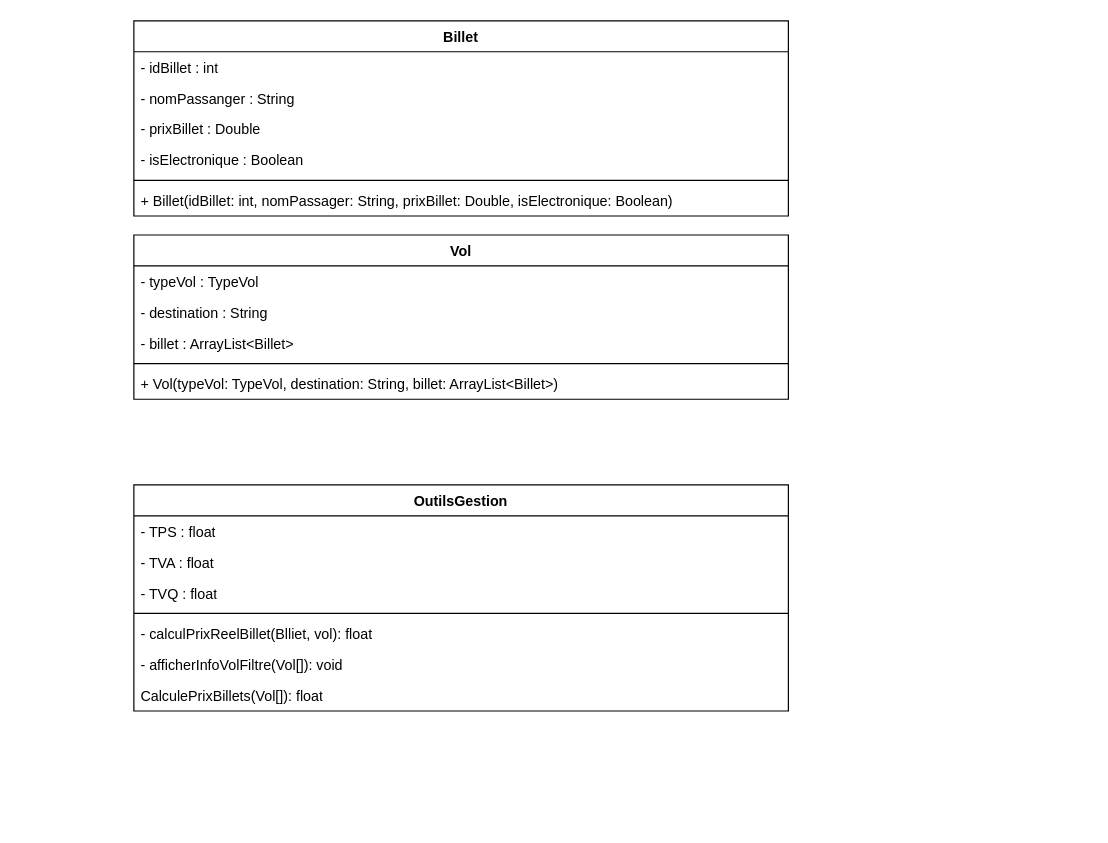
Above: ExoAvion.drawio in Milleboy2007/Cour_Prog (draw.io), before the change. Source tidied: cells renumbered, new cells numbered last; positions are measured from the earlier drawing's top-left corner, leaving out a move shared by most shapes. Both pictures are drawn from the tidied source at 119%, with x=0, y=0 at pixel (133, 20).
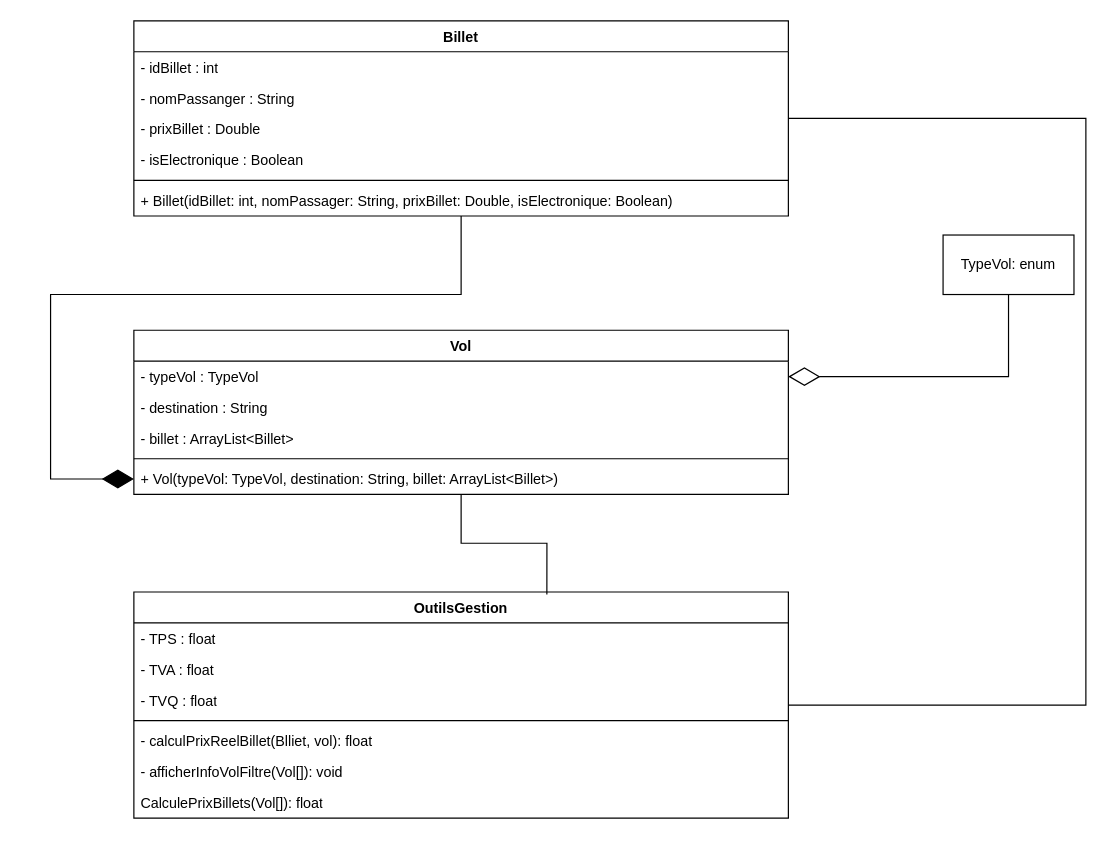
Above is the later version.

Commit message:
Mettre à jour ExoAvion.drawio (rajout ligne)

Unchanged cells that the change refers to:
```xml
<mxCell id="2" value="Billet" style="swimlane;fontStyle=1;align=center;verticalAlign=top;horizontal=1;startSize=26;whiteSpace=wrap;html=1;" parent="1" vertex="1">
  <mxGeometry width="550" height="164" as="geometry" />
</mxCell>
<mxCell id="10" value="- typeVol : TypeVol" style="text;strokeColor=none;fillColor=none;align=left;verticalAlign=top;spacingLeft=4;spacingRight=4;overflow=hidden;points=[[0,0.5],[1,0.5]];portConstraint=eastwest;whiteSpace=wrap;html=1;" parent="9" vertex="1">
  <mxGeometry y="26" width="550" height="26" as="geometry" />
</mxCell>
<mxCell id="14" value="+ Vol(typeVol: TypeVol, destination: String, billet: ArrayList&amp;lt;Billet&amp;gt;)" style="text;strokeColor=none;fillColor=none;align=left;verticalAlign=top;spacingLeft=4;spacingRight=4;overflow=hidden;points=[[0,0.5],[1,0.5]];portConstraint=eastwest;whiteSpace=wrap;html=1;" parent="9" vertex="1">
  <mxGeometry y="112" width="550" height="26" as="geometry" />
</mxCell>
```

Change to the diagram source:
```diff
@@
     <mxCell id="9" value="Vol" style="swimlane;fontStyle=1;align=center;verticalAlign=top;horizontal=1;startSize=26;whiteSpace=wrap;html=1;" parent="1" vertex="1">
-      <mxGeometry y="180" width="550" height="138" as="geometry" />
+      <mxGeometry y="260" width="550" height="138" as="geometry" />
     </mxCell>
@@
     <mxCell id="15" value="OutilsGestion" style="swimlane;fontStyle=1;align=center;verticalAlign=top;horizontal=1;startSize=26;whiteSpace=wrap;html=1;" parent="1" vertex="1">
-      <mxGeometry y="390" width="550" height="190" as="geometry" />
+      <mxGeometry y="480" width="550" height="190" as="geometry" />
     </mxCell>
@@
+    <mxCell id="23" style="endArrow=diamondThin;endFill=1;endSize=24;html=1;rounded=0;entryX=0;entryY=0.5;entryDx=0;entryDy=0;" parent="1" edge="1" source="2" target="14">
+      <mxGeometry relative="1" as="geometry">
+        <Array as="points">
+          <mxPoint x="275" y="230" />
+          <mxPoint x="-70" y="230" />
+          <mxPoint x="-70" y="385" />
+        </Array>
+      </mxGeometry>
+    </mxCell>
+    <mxCell id="24" value="TypeVol: enum" style="html=1;whiteSpace=wrap;" parent="1" vertex="1">
+      <mxGeometry x="680" y="180" width="110" height="50" as="geometry" />
+    </mxCell>
+    <mxCell id="25" style="endArrow=diamondThin;endFill=0;endSize=24;html=1;rounded=0;entryX=1;entryY=0.5;entryDx=0;entryDy=0;" parent="1" edge="1" source="24" target="10">
+      <mxGeometry relative="1" as="geometry">
+        <Array as="points">
+          <mxPoint x="735" y="299" />
+        </Array>
+      </mxGeometry>
+    </mxCell>
+    <mxCell id="26" style="endArrow=none;html=1;edgeStyle=orthogonalEdgeStyle;rounded=0;exitX=0.631;exitY=0.011;exitDx=0;exitDy=0;exitPerimeter=0;" parent="1" edge="1" source="15" target="9">
+      <mxGeometry relative="1" as="geometry" />
+    </mxCell>
+    <mxCell id="27" value="&lt;div&gt;&lt;br&gt;&lt;/div&gt;&lt;div&gt;&lt;br&gt;&lt;/div&gt;" style="edgeLabel;html=1;align=left;verticalAlign=bottom;" parent="26" vertex="1">
+      <mxGeometry x="-1" relative="1" as="geometry" />
+    </mxCell>
+    <mxCell id="28" style="endArrow=none;html=1;edgeStyle=orthogonalEdgeStyle;rounded=0;" parent="1" edge="1" source="2" target="15">
+      <mxGeometry relative="1" as="geometry">
+        <Array as="points">
+          <mxPoint x="800" y="82" />
+          <mxPoint x="800" y="575" />
+        </Array>
+      </mxGeometry>
+    </mxCell>
```
